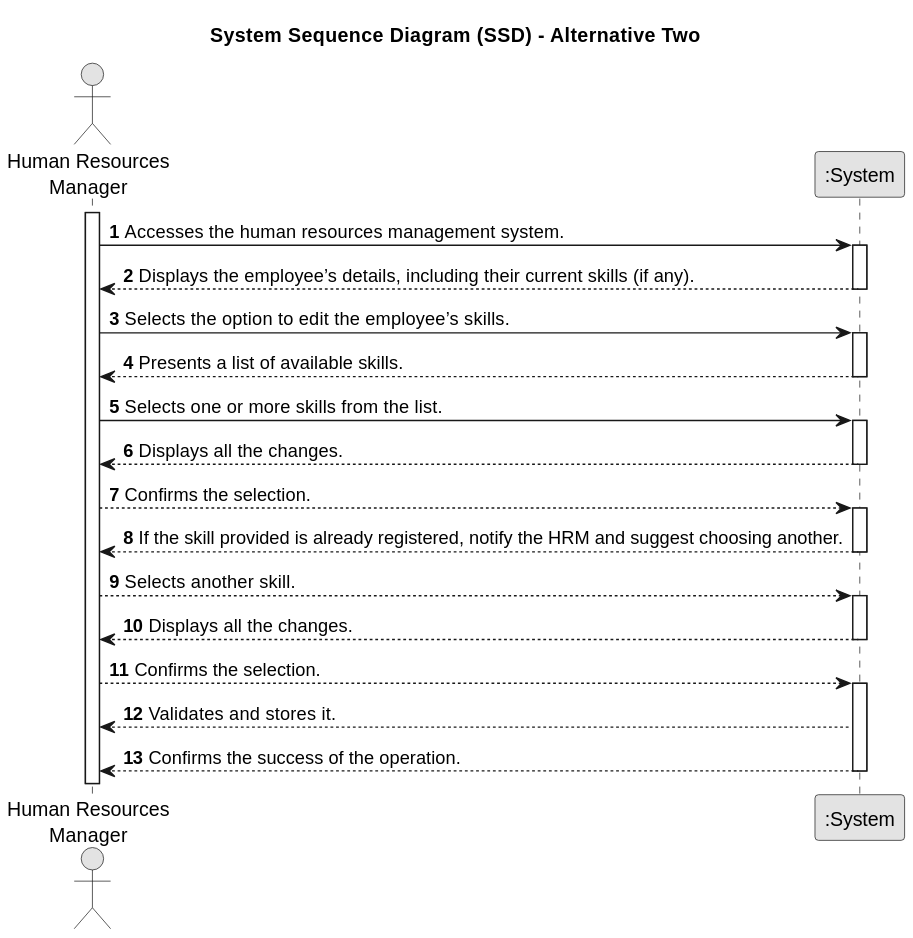
The PlantUML diagram docs/sprintA/us004/01.requirements-engineering/svg/us004-system-sequence-diagram-alternative-two.svg in SAEmanuel/Green_Spaces_Management_ISEP, before a commit. Source of this version:
```plantuml
@startuml
skinparam monochrome true
skinparam packageStyle rectangle
skinparam shadowing false

title System Sequence Diagram (SSD) - Alternative Two

autonumber

actor "Human Resources\nManager" as HRM
participant ":System" as System

activate HRM

    HRM -> System : Accesses the human resources management system.
    activate System

    System --> HRM : Displays the employee’s details, including their current skills (if any).
    deactivate System

     HRM -> System : Selects the option to edit the employee’s skills.
    activate System

        System --> HRM : Presents a list of available skills.
    deactivate System

        HRM -> System : Selects one or more skills from the list.
    activate System

    System --> HRM : Displays all the changes.
    deactivate System

    HRM --> System : Confirms the selection.
    activate System

    System --> HRM : If the skill provided is already registered, notify the HRM and suggest choosing another.
    deactivate System

    HRM --> System : Selects another skill.
        activate System

    System --> HRM : Displays all the changes.
        deactivate System

        HRM --> System : Confirms the selection.
        activate System

    System --> HRM : Validates and stores it.

    System --> HRM : Confirms the success of the operation.
    deactivate System
@enduml
```
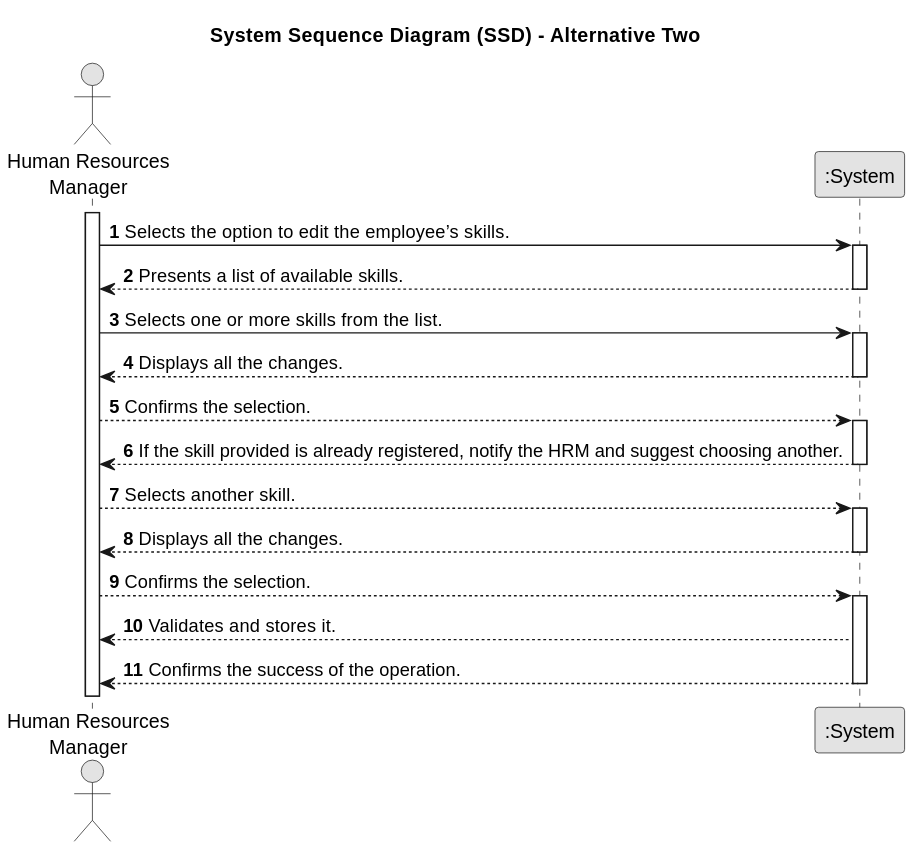
After the change.

Commit message:
US 04: Update SSD - Alternative Two

What changed in the source:
```diff
@@ -11,12 +11,6 @@
 participant ":System" as System
 
 activate HRM
-
-    HRM -> System : Accesses the human resources management system.
-    activate System
-
-    System --> HRM : Displays the employee’s details, including their current skills (if any).
-    deactivate System
 
      HRM -> System : Selects the option to edit the employee’s skills.
     activate System
```
